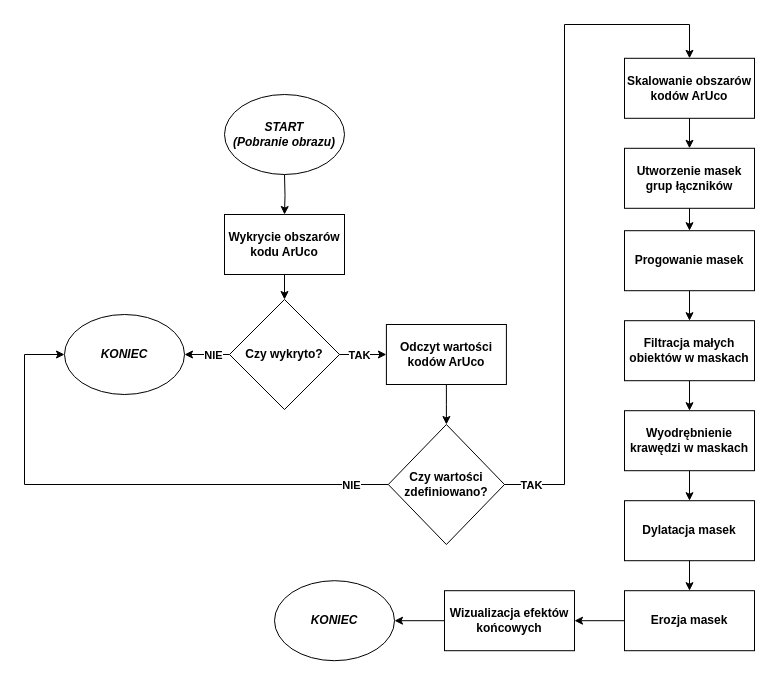
KacperJarosik/drow.io-scheme keeps this draw.io diagram as psio.drawio. Above is the earlier version. Source tidied: cells renumbered, new cells numbered last; positions are measured from the earlier drawing's top-left corner, leaving out a move shared by most shapes. Both pictures are drawn from the tidied source at 100%, with x=0, y=0 at pixel (24, 24).
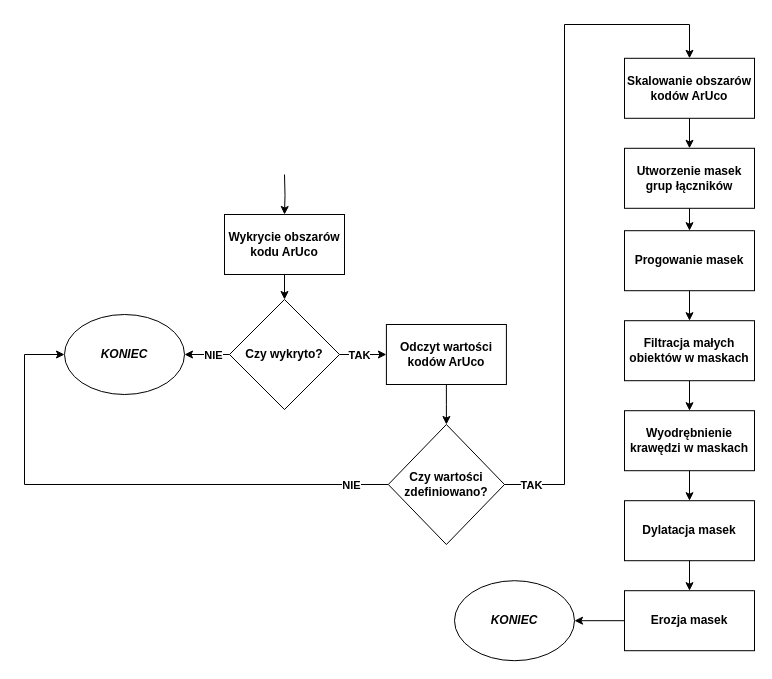
The same page after the edit.

Diff of the diagram source:
```diff
@@
-    <mxCell id="37" value="&lt;b&gt;&lt;i&gt;START&lt;/i&gt;&lt;/b&gt;&lt;div&gt;&lt;b&gt;&lt;i&gt;(Pobranie obrazu)&lt;/i&gt;&lt;/b&gt;&lt;/div&gt;" style="ellipse;whiteSpace=wrap;html=1;" parent="1" vertex="1">
-      <mxGeometry x="200" y="70" width="120" height="80" as="geometry" />
-    </mxCell>
-    <mxCell id="38" value="&lt;b&gt;Wizualizacja efektów końcowych&lt;/b&gt;" style="whiteSpace=wrap;html=1;rounded=0;" parent="1" vertex="1">
-      <mxGeometry x="420" y="566.2" width="130" height="60" as="geometry" />
-    </mxCell>
     <mxCell id="39" value="&lt;b&gt;&lt;i&gt;KONIEC&lt;/i&gt;&lt;/b&gt;" style="ellipse;whiteSpace=wrap;html=1;" parent="1" vertex="1">
-      <mxGeometry x="250" y="556.2" width="120" height="80" as="geometry" />
+      <mxGeometry x="430" y="556.2" width="120" height="80" as="geometry" />
     </mxCell>
-    <mxCell id="40" style="endArrow=classic;html=1;rounded=0;" parent="1" edge="1" source="38" target="39">
-      <mxGeometry relative="1" as="geometry" />
-    </mxCell>
```
